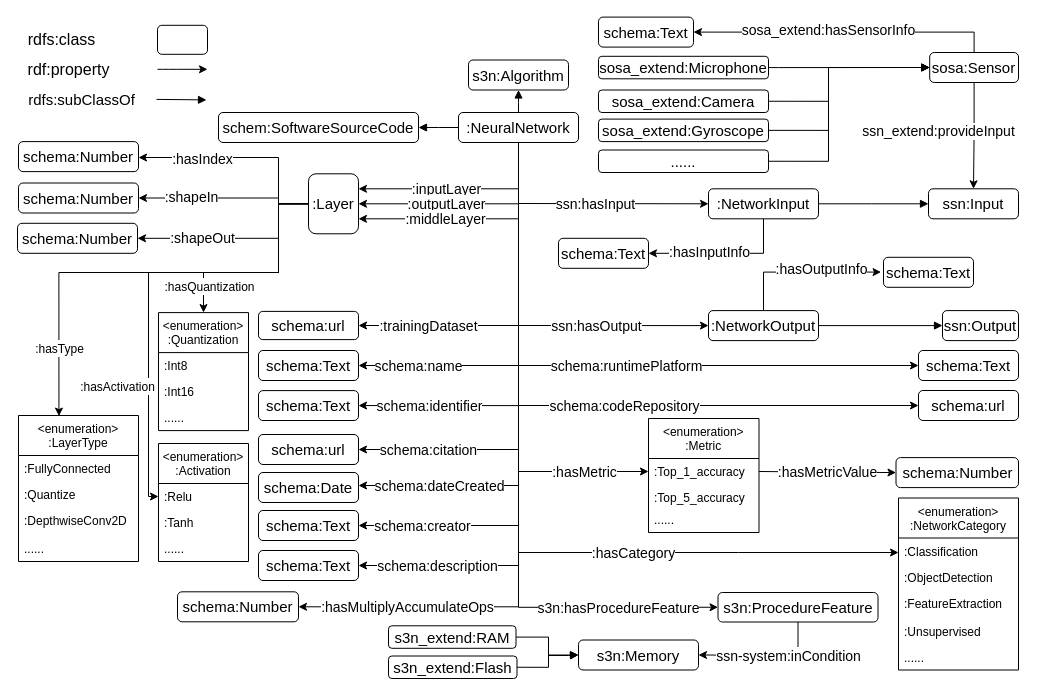
Above: NN_tinyML.drawio in Haoyu-R/appendix (draw.io), before the change. Source tidied: cells renumbered, new cells numbered last; positions are measured from the earlier drawing's top-left corner, leaving out a move shared by most shapes. Both pictures are drawn from the tidied source at 100%, with x=0, y=0 at pixel (17, 17).
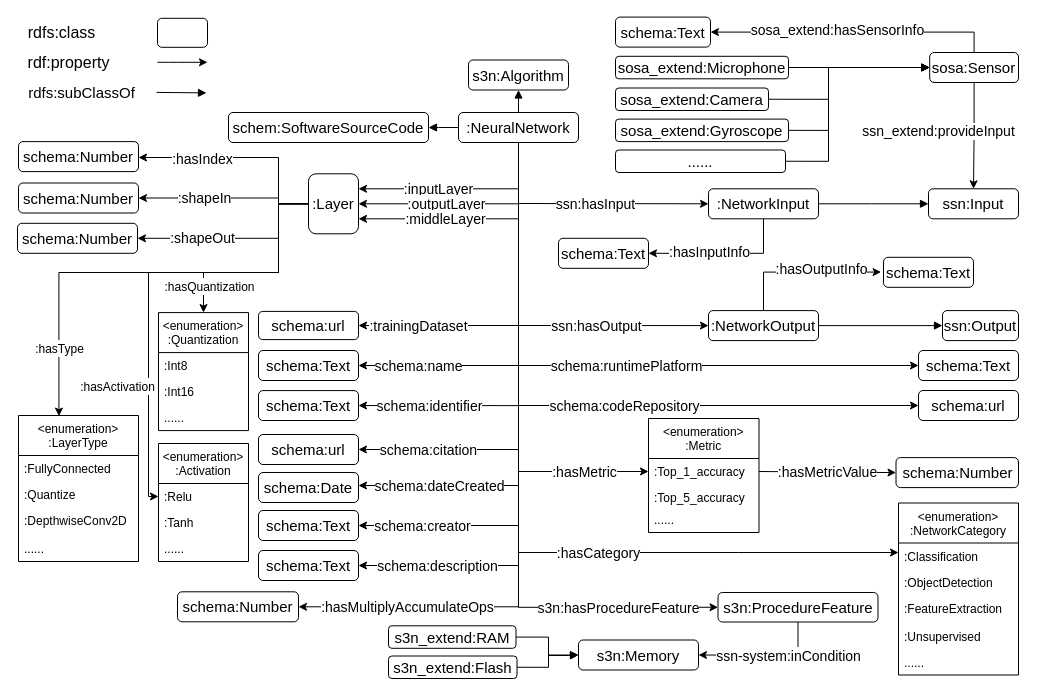
Above is the later version.

The change refers to these unchanged cells:
```xml
<mxCell id="12" value=":NeuralNetwork" style="rounded=1;whiteSpace=wrap;html=1;fontSize=15;" parent="1" vertex="1">
  <mxGeometry x="441" y="95" width="120" height="30" as="geometry" />
</mxCell>
<mxCell id="18" value=":Layer" style="rounded=1;whiteSpace=wrap;html=1;fontSize=15;" parent="1" vertex="1">
  <mxGeometry x="291" y="156.3" width="50" height="60" as="geometry" />
</mxCell>
<mxCell id="20" value="schema:url" style="rounded=1;whiteSpace=wrap;html=1;fontSize=15;" parent="1" vertex="1">
  <mxGeometry x="241" y="293.9" width="100" height="28.2" as="geometry" />
</mxCell>
<mxCell id="38" style="edgeStyle=orthogonalEdgeStyle;rounded=0;jettySize=auto;html=1;entryX=1;entryY=0.5;entryDx=0;entryDy=0;" parent="1" edge="1" target="42">
  <mxGeometry relative="1" as="geometry">
    <mxPoint x="261" y="181" as="sourcePoint" />
    <Array as="points">
      <mxPoint x="261" y="186" />
      <mxPoint x="261" y="181" />
      <mxPoint x="159" y="181" />
    </Array>
  </mxGeometry>
</mxCell>
<mxCell id="104" value="sosa:Sensor" style="rounded=1;whiteSpace=wrap;html=1;fontSize=15;" parent="1" vertex="1">
  <mxGeometry x="912.2" y="35" width="88.8" height="30" as="geometry" />
</mxCell>
```

Diff of the diagram source:
```diff
@@
     <mxCell id="4" value="&lt;font style=&quot;font-size: 14px&quot;&gt;:trainingDataset&lt;/font&gt;" style="edgeStyle=orthogonalEdgeStyle;rounded=0;jettySize=auto;html=1;exitX=0.5;exitY=1;exitDx=0;exitDy=0;entryX=1;entryY=0.5;entryDx=0;entryDy=0;fontSize=15;" parent="1" edge="1" target="20">
-      <mxGeometry x="0.57" relative="1" as="geometry">
+      <mxGeometry x="0.63" relative="1" as="geometry">
         <mxPoint x="501" y="143" as="sourcePoint" />
         <Array as="points">
           <mxPoint x="501" y="308" />
         </Array>
       </mxGeometry>
     </mxCell>
     <mxCell id="5" value="&lt;font style=&quot;font-size: 14px&quot;&gt;:inputLayer&lt;/font&gt;" style="edgeStyle=orthogonalEdgeStyle;rounded=0;jettySize=auto;html=1;exitX=0.5;exitY=1;exitDx=0;exitDy=0;entryX=1;entryY=0.25;entryDx=0;entryDy=0;fontSize=15;" parent="1" edge="1" source="12" target="18">
-      <mxGeometry x="0.14" relative="1" as="geometry" />
+      <mxGeometry x="0.22" relative="1" as="geometry" />
     </mxCell>
@@
     <mxCell id="22" style="rounded=1;whiteSpace=wrap;html=1;fontSize=16;" parent="1" vertex="1">
-      <mxGeometry x="140" y="7.8" width="50" height="29" as="geometry" />
+      <mxGeometry x="140" y="0.8" width="50" height="29" as="geometry" />
     </mxCell>
     <mxCell id="23" value="rdfs:class" style="text;html=1;align=center;verticalAlign=middle;strokeColor=none;fontSize=16;" parent="1" vertex="1">
-      <mxGeometry x="4" y="12.2" width="80" height="20" as="geometry" />
+      <mxGeometry x="4" y="5.2" width="80" height="20" as="geometry" />
     </mxCell>
     <mxCell id="24" value="rdf:property" style="text;html=1;align=center;verticalAlign=middle;strokeColor=none;fontSize=16;" parent="1" vertex="1">
-      <mxGeometry x="1" y="42.2" width="100" height="20" as="geometry" />
+      <mxGeometry x="1" y="35.2" width="100" height="20" as="geometry" />
     </mxCell>
     <mxCell id="25" style="endArrow=classic;html=1;fontSize=16;" parent="1" edge="1">
       <mxGeometry relative="1" as="geometry">
-        <mxPoint x="140" y="51.8" as="sourcePoint" />
-        <mxPoint x="190" y="51.8" as="targetPoint" />
+        <mxPoint x="140" y="44.8" as="sourcePoint" />
+        <mxPoint x="190" y="44.8" as="targetPoint" />
         <Array as="points">
-          <mxPoint x="150" y="51.8" />
+          <mxPoint x="150" y="44.8" />
         </Array>
       </mxGeometry>
     </mxCell>
     <mxCell id="26" style="endArrow=block;html=1;fontSize=16;endFill=1;" parent="1" edge="1">
       <mxGeometry relative="1" as="geometry">
-        <mxPoint x="139" y="81.9" as="sourcePoint" />
-        <mxPoint x="189" y="82.4" as="targetPoint" />
+        <mxPoint x="139" y="74.9" as="sourcePoint" />
+        <mxPoint x="189" y="75.4" as="targetPoint" />
       </mxGeometry>
     </mxCell>
     <mxCell id="27" value="rdfs:subClassOf" style="text;html=1;align=center;verticalAlign=middle;strokeColor=none;fontSize=15;" parent="1" vertex="1">
-      <mxGeometry x="4" y="72.2" width="120" height="20" as="geometry" />
+      <mxGeometry x="4" y="65.2" width="120" height="20" as="geometry" />
     </mxCell>
@@
     <mxCell id="39" value="&lt;font style=&quot;font-size: 14px&quot;&gt;:shapeIn&lt;/font&gt;" style="edgeLabel;html=1;align=center;verticalAlign=middle;" parent="38" vertex="1">
       <mxGeometry x="0.41" relative="1" as="geometry">
-        <mxPoint x="8" y="-1" as="offset" />
+        <mxPoint x="21" as="offset" />
       </mxGeometry>
     </mxCell>
@@
     <mxCell id="49" value="schema:Text" style="rounded=1;whiteSpace=wrap;html=1;fontSize=15;" parent="1" vertex="1">
-      <mxGeometry x="581" y="-0.4" width="95" height="30" as="geometry" />
+      <mxGeometry x="598" y="-0.4" width="95" height="30" as="geometry" />
     </mxCell>
@@
     <mxCell id="58" value="&lt;font style=&quot;font-size: 14px&quot;&gt;:hasCategory&lt;/font&gt;" style="edgeStyle=orthogonalEdgeStyle;rounded=0;jettySize=auto;html=1;fontSize=15;exitX=0.5;exitY=1;exitDx=0;exitDy=0;" parent="1" edge="1" source="12">
-      <mxGeometry x="0.33" relative="1" as="geometry">
+      <mxGeometry x="0.24" relative="1" as="geometry">
         <mxPoint x="881" y="535" as="targetPoint" />
         <Array as="points">
           <mxPoint x="501" y="535" />
           <mxPoint x="721" y="535" />
         </Array>
       </mxGeometry>
     </mxCell>
@@
     <mxCell id="91" value="&lt;enumeration&gt;&#10;:NetworkCategory" style="swimlane;fontStyle=0;horizontal=1;startSize=40;fillColor=none;" parent="1" vertex="1">
-      <mxGeometry x="881" y="480.5" width="120" height="172" as="geometry" />
+      <mxGeometry x="881" y="485.5" width="120" height="172" as="geometry" />
     </mxCell>
@@
     <mxCell id="105" value="sosa_extend:Microphone" style="rounded=1;whiteSpace=wrap;html=1;fontSize=15;" parent="1" vertex="1">
-      <mxGeometry x="581" y="38.8" width="170" height="22.5" as="geometry" />
+      <mxGeometry x="598" y="38.8" width="173" height="22.5" as="geometry" />
     </mxCell>
     <mxCell id="106" value="sosa_extend:Camera" style="rounded=1;whiteSpace=wrap;html=1;fontSize=15;" parent="1" vertex="1">
-      <mxGeometry x="581" y="72.5" width="170" height="22.5" as="geometry" />
+      <mxGeometry x="598" y="70.5" width="153" height="22.5" as="geometry" />
     </mxCell>
     <mxCell id="107" value="sosa_extend:Gyroscope" style="rounded=1;whiteSpace=wrap;html=1;fontSize=15;" parent="1" vertex="1">
-      <mxGeometry x="581" y="101.6" width="170" height="22.5" as="geometry" />
+      <mxGeometry x="598" y="101.6" width="173" height="22.5" as="geometry" />
     </mxCell>
     <mxCell id="108" value="......" style="rounded=1;whiteSpace=wrap;html=1;fontSize=15;" parent="1" vertex="1">
-      <mxGeometry x="581" y="132.5" width="170" height="22.5" as="geometry" />
+      <mxGeometry x="598" y="132.5" width="170" height="22.5" as="geometry" />
     </mxCell>
-    <mxCell id="109" style="edgeStyle=orthogonalEdgeStyle;rounded=0;jettySize=auto;html=1;endArrow=block;endFill=1;entryX=0;entryY=0.5;entryDx=0;entryDy=0;exitX=1;exitY=0.5;exitDx=0;exitDy=0;" parent="1" edge="1" source="105" target="104">
+    <mxCell id="109" style="edgeStyle=orthogonalEdgeStyle;rounded=0;jettySize=auto;html=1;endArrow=block;endFill=1;entryX=0;entryY=0.5;entryDx=0;entryDy=0;" parent="1" edge="1" target="104">
       <mxGeometry relative="1" as="geometry">
+        <mxPoint x="781" y="50" as="sourcePoint" />
         <Array as="points">
-          <mxPoint x="761" y="50" />
-          <mxPoint x="761" y="50" />
+          <mxPoint x="771" y="50" />
+          <mxPoint x="771" y="50" />
         </Array>
       </mxGeometry>
     </mxCell>
     <mxCell id="110" style="edgeStyle=orthogonalEdgeStyle;rounded=0;jettySize=auto;html=1;endArrow=block;endFill=1;entryX=0;entryY=0.5;entryDx=0;entryDy=0;exitX=1;exitY=0.5;exitDx=0;exitDy=0;" parent="1" edge="1" source="106" target="104">
       <mxGeometry relative="1" as="geometry">
         <Array as="points">
-          <mxPoint x="811" y="84" />
+          <mxPoint x="811" y="82" />
           <mxPoint x="811" y="50" />
         </Array>
       </mxGeometry>
     </mxCell>
@@
     <mxCell id="117" value="schem:SoftwareSourceCode" style="rounded=1;whiteSpace=wrap;html=1;fontSize=15;" parent="1" vertex="1">
-      <mxGeometry x="201" y="95" width="200" height="30" as="geometry" />
+      <mxGeometry x="211" y="95" width="200" height="30" as="geometry" />
     </mxCell>
```
